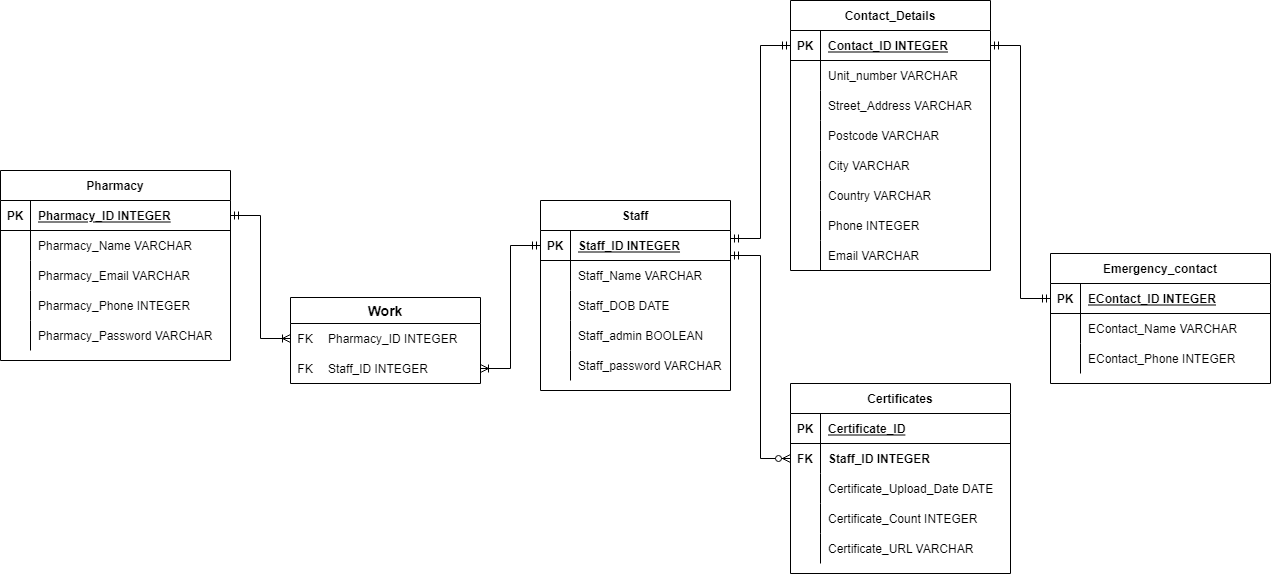
Above: docs/T3A3_ERD.png in alam1704/my_app (draw.io), before the change. Source tidied: cells renumbered, new cells last; positions are measured from the earlier drawing's top-left corner, leaving out a move shared by most shapes.
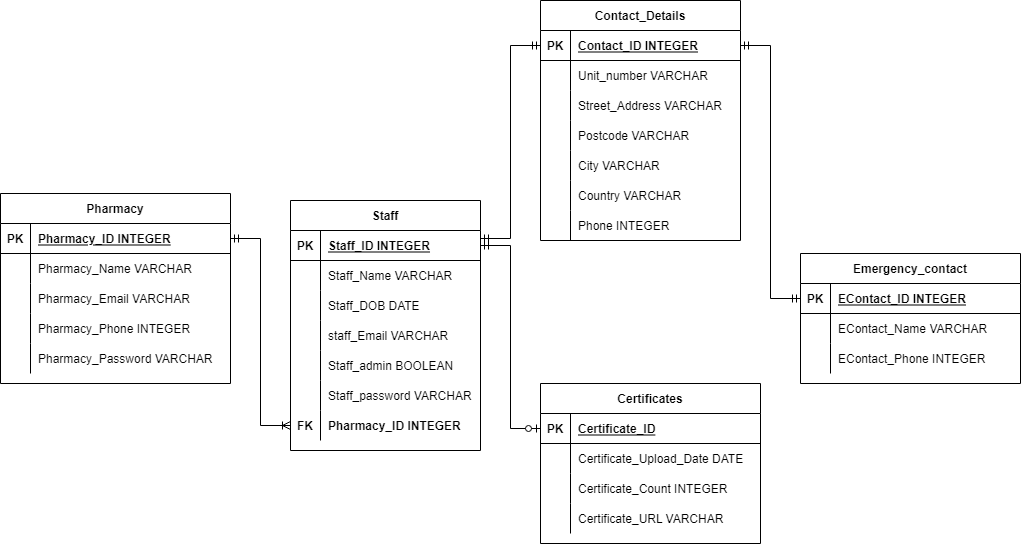
Later version of the same file.

What changed in the source:
```diff
@@ -3,7 +3,7 @@
     <mxCell id="0" />
     <mxCell id="1" parent="0" />
     <mxCell id="2" value="Staff" style="shape=table;startSize=30;rowLines=0;fontStyle=1;align=center;" parent="1" vertex="1">
-      <mxGeometry x="540" y="200" width="190" height="190" as="geometry" />
+      <mxGeometry x="540" y="200" width="190" height="250" as="geometry" />
     </mxCell>
     <mxCell id="3" style="shape=partialRectangle;fillColor=none;top=0;left=0;bottom=1;right=0;points=[[0,0.5],[1,0.5]];portConstraint=eastwest;" parent="2" vertex="1">
       <mxGeometry y="30" width="190" height="30" as="geometry" />
@@ -32,8 +32,17 @@
     <mxCell id="11" value="Staff_DOB DATE" style="shape=partialRectangle;fillColor=none;top=0;left=0;bottom=0;right=0;align=left;spacingLeft=6;overflow=hidden;" parent="9" vertex="1">
       <mxGeometry x="30" width="160" height="30" as="geometry" />
     </mxCell>
+    <mxCell id="40" style="shape=partialRectangle;fillColor=none;top=0;left=0;bottom=0;right=0;" parent="2" vertex="1">
+      <mxGeometry y="120" width="190" height="30" as="geometry" />
+    </mxCell>
+    <mxCell id="41" style="shape=partialRectangle;fillColor=none;top=0;left=0;bottom=0;right=0;overflow=hidden;" parent="40" vertex="1">
+      <mxGeometry width="30" height="30" as="geometry" />
+    </mxCell>
+    <mxCell id="42" value="staff_Email VARCHAR" style="shape=partialRectangle;fillColor=none;top=0;left=0;bottom=0;right=0;align=left;spacingLeft=6;overflow=hidden;" parent="40" vertex="1">
+      <mxGeometry x="30" width="160" height="30" as="geometry" />
+    </mxCell>
     <mxCell id="12" style="shape=partialRectangle;fillColor=none;top=0;left=0;bottom=0;right=0;" parent="2" vertex="1">
-      <mxGeometry y="120" width="190" height="30" as="geometry" />
+      <mxGeometry y="150" width="190" height="30" as="geometry" />
     </mxCell>
     <mxCell id="13" style="shape=partialRectangle;fillColor=none;top=0;left=0;bottom=0;right=0;overflow=hidden;" parent="12" vertex="1">
       <mxGeometry width="30" height="30" as="geometry" />
@@ -42,7 +51,7 @@
       <mxGeometry x="30" width="160" height="30" as="geometry" />
     </mxCell>
     <mxCell id="15" style="shape=partialRectangle;fillColor=none;top=0;left=0;bottom=0;right=0;" parent="2" vertex="1">
-      <mxGeometry y="150" width="190" height="30" as="geometry" />
+      <mxGeometry y="180" width="190" height="30" as="geometry" />
     </mxCell>
     <mxCell id="16" style="shape=partialRectangle;fillColor=none;top=0;left=0;bottom=0;right=0;overflow=hidden;" parent="15" vertex="1">
       <mxGeometry width="30" height="30" as="geometry" />
@@ -50,8 +59,17 @@
     <mxCell id="17" value="Staff_password VARCHAR" style="shape=partialRectangle;fillColor=none;top=0;left=0;bottom=0;right=0;align=left;spacingLeft=6;overflow=hidden;" parent="15" vertex="1">
       <mxGeometry x="30" width="160" height="30" as="geometry" />
     </mxCell>
+    <mxCell id="98" style="shape=partialRectangle;fillColor=none;top=0;left=0;bottom=0;right=0;points=[[0,0.5],[1,0.5]];portConstraint=eastwest;" parent="2" vertex="1">
+      <mxGeometry y="210" width="190" height="30" as="geometry" />
+    </mxCell>
+    <mxCell id="74" value="FK" style="shape=partialRectangle;fillColor=none;top=0;left=0;bottom=0;right=0;fontStyle=1;overflow=hidden;" parent="98" vertex="1">
+      <mxGeometry width="30" height="30" as="geometry" />
+    </mxCell>
+    <mxCell id="90" value="Pharmacy_ID INTEGER" style="shape=partialRectangle;fillColor=none;top=0;left=0;bottom=0;right=0;align=left;spacingLeft=6;fontStyle=1;overflow=hidden;" parent="98" vertex="1">
+      <mxGeometry x="30" width="160" height="30" as="geometry" />
+    </mxCell>
     <mxCell id="18" value="Contact_Details" style="shape=table;startSize=30;rowLines=0;fontStyle=1;align=center;" parent="1" vertex="1">
-      <mxGeometry x="790" width="200" height="270" as="geometry" />
+      <mxGeometry x="790" width="200" height="240" as="geometry" />
     </mxCell>
     <mxCell id="19" style="shape=partialRectangle;fillColor=none;top=0;left=0;bottom=1;right=0;points=[[0,0.5],[1,0.5]];portConstraint=eastwest;" parent="18" vertex="1">
       <mxGeometry y="30" width="200" height="30" as="geometry" />
@@ -116,15 +134,6 @@
     <mxCell id="39" value="Phone INTEGER" style="shape=partialRectangle;fillColor=none;top=0;left=0;bottom=0;right=0;align=left;spacingLeft=6;overflow=hidden;" parent="37" vertex="1">
       <mxGeometry x="30" width="170" height="30" as="geometry" />
     </mxCell>
-    <mxCell id="40" style="shape=partialRectangle;fillColor=none;top=0;left=0;bottom=0;right=0;" parent="18" vertex="1">
-      <mxGeometry y="240" width="200" height="30" as="geometry" />
-    </mxCell>
-    <mxCell id="41" style="shape=partialRectangle;fillColor=none;top=0;left=0;bottom=0;right=0;overflow=hidden;" parent="40" vertex="1">
-      <mxGeometry width="30" height="30" as="geometry" />
-    </mxCell>
-    <mxCell id="42" value="Email VARCHAR" style="shape=partialRectangle;fillColor=none;top=0;left=0;bottom=0;right=0;align=left;spacingLeft=6;overflow=hidden;" parent="40" vertex="1">
-      <mxGeometry x="30" width="170" height="30" as="geometry" />
-    </mxCell>
     <mxCell id="43" value="Emergency_contact" style="shape=table;startSize=30;rowLines=0;fontStyle=1;align=center;" parent="1" vertex="1">
       <mxGeometry x="1050" y="253" width="220" height="130" as="geometry" />
     </mxCell>
@@ -156,7 +165,7 @@
       <mxGeometry x="30" width="190" height="30" as="geometry" />
     </mxCell>
     <mxCell id="53" value="Pharmacy" style="shape=table;startSize=30;rowLines=0;fontStyle=1;align=center;" parent="1" vertex="1">
-      <mxGeometry y="170" width="230" height="190" as="geometry" />
+      <mxGeometry x="250" y="193" width="230" height="190" as="geometry" />
     </mxCell>
     <mxCell id="54" style="shape=partialRectangle;fillColor=none;top=0;left=0;bottom=1;right=0;points=[[0,0.5],[1,0.5]];portConstraint=eastwest;" parent="53" vertex="1">
       <mxGeometry y="30" width="230" height="30" as="geometry" />
@@ -204,7 +213,7 @@
       <mxGeometry x="30" width="200" height="30" as="geometry" />
     </mxCell>
     <mxCell id="69" value="Certificates" style="shape=table;startSize=30;rowLines=0;fontStyle=1;align=center;" parent="1" vertex="1">
-      <mxGeometry x="790" y="383" width="220" height="190" as="geometry" />
+      <mxGeometry x="790" y="383" width="220" height="160" as="geometry" />
     </mxCell>
     <mxCell id="70" style="shape=partialRectangle;fillColor=none;top=0;left=0;bottom=1;right=0;points=[[0,0.5],[1,0.5]];portConstraint=eastwest;" parent="69" vertex="1">
       <mxGeometry y="30" width="220" height="30" as="geometry" />
@@ -215,17 +224,8 @@
     <mxCell id="72" value="Certificate_ID" style="shape=partialRectangle;fillColor=none;top=0;left=0;bottom=0;right=0;align=left;spacingLeft=6;fontStyle=5;overflow=hidden;" parent="70" vertex="1">
       <mxGeometry x="30" width="190" height="30" as="geometry" />
     </mxCell>
-    <mxCell id="73" style="shape=partialRectangle;fillColor=none;top=0;left=0;bottom=0;right=0;points=[[0,0.5],[1,0.5]];portConstraint=eastwest;" parent="69" vertex="1">
-      <mxGeometry y="60" width="220" height="30" as="geometry" />
-    </mxCell>
-    <mxCell id="74" value="FK" style="shape=partialRectangle;fillColor=none;top=0;left=0;bottom=0;right=0;fontStyle=1;overflow=hidden;" parent="73" vertex="1">
-      <mxGeometry width="30" height="30" as="geometry" />
-    </mxCell>
-    <mxCell id="75" value="Staff_ID INTEGER" style="shape=partialRectangle;fillColor=none;top=0;left=0;bottom=0;right=0;align=left;spacingLeft=6;fontStyle=1;overflow=hidden;" parent="73" vertex="1">
-      <mxGeometry x="30" width="190" height="30" as="geometry" />
-    </mxCell>
     <mxCell id="76" style="shape=partialRectangle;fillColor=none;top=0;left=0;bottom=0;right=0;" parent="69" vertex="1">
-      <mxGeometry y="90" width="220" height="30" as="geometry" />
+      <mxGeometry y="60" width="220" height="30" as="geometry" />
     </mxCell>
     <mxCell id="77" style="shape=partialRectangle;fillColor=none;top=0;left=0;bottom=0;right=0;overflow=hidden;" parent="76" vertex="1">
       <mxGeometry width="30" height="30" as="geometry" />
@@ -234,7 +234,7 @@
       <mxGeometry x="30" width="190" height="30" as="geometry" />
     </mxCell>
     <mxCell id="79" style="shape=partialRectangle;fillColor=none;top=0;left=0;bottom=0;right=0;" parent="69" vertex="1">
-      <mxGeometry y="120" width="220" height="30" as="geometry" />
+      <mxGeometry y="90" width="220" height="30" as="geometry" />
     </mxCell>
     <mxCell id="80" style="shape=partialRectangle;fillColor=none;top=0;left=0;bottom=0;right=0;overflow=hidden;" parent="79" vertex="1">
       <mxGeometry width="30" height="30" as="geometry" />
@@ -243,7 +243,7 @@
       <mxGeometry x="30" width="190" height="30" as="geometry" />
     </mxCell>
     <mxCell id="82" style="shape=partialRectangle;fillColor=none;top=0;left=0;bottom=0;right=0;" parent="69" vertex="1">
-      <mxGeometry y="150" width="220" height="30" as="geometry" />
+      <mxGeometry y="120" width="220" height="30" as="geometry" />
     </mxCell>
     <mxCell id="83" style="shape=partialRectangle;fillColor=none;top=0;left=0;bottom=0;right=0;overflow=hidden;" parent="82" vertex="1">
       <mxGeometry width="30" height="30" as="geometry" />
@@ -256,43 +256,14 @@
         <mxPoint x="730" y="238" as="sourcePoint" />
       </mxGeometry>
     </mxCell>
-    <mxCell id="86" value="Work" style="swimlane;fontStyle=1;horizontal=1;startSize=26;align=center;fontSize=14;" parent="1" vertex="1">
-      <mxGeometry x="290" y="297" width="190" height="86" as="geometry" />
-    </mxCell>
-    <mxCell id="87" style="shape=table;startSize=0;rowLines=0;fontStyle=0;align=center;strokeColor=none;fillColor=none;" parent="86" vertex="1">
-      <mxGeometry y="26" width="190" height="60" as="geometry" />
-    </mxCell>
-    <mxCell id="88" style="shape=partialRectangle;fillColor=none;top=0;left=0;bottom=0;right=0;points=[[0,0.5],[1,0.5]];portConstraint=eastwest;" parent="87" vertex="1">
-      <mxGeometry width="190" height="30" as="geometry" />
-    </mxCell>
-    <mxCell id="89" value="FK" style="shape=partialRectangle;fillColor=none;top=0;left=0;bottom=0;right=0;fontStyle=0;overflow=hidden;" parent="88" vertex="1">
-      <mxGeometry width="30" height="30" as="geometry" />
-    </mxCell>
-    <mxCell id="90" value="Pharmacy_ID INTEGER" style="shape=partialRectangle;fillColor=none;top=0;left=0;bottom=0;right=0;align=left;spacingLeft=6;fontStyle=0;overflow=hidden;" parent="88" vertex="1">
-      <mxGeometry x="30" width="160" height="30" as="geometry" />
-    </mxCell>
-    <mxCell id="91" style="shape=partialRectangle;fillColor=none;top=0;left=0;bottom=0;right=0;points=[[0,0.5],[1,0.5]];portConstraint=eastwest;" parent="87" vertex="1">
-      <mxGeometry y="30" width="190" height="30" as="geometry" />
-    </mxCell>
-    <mxCell id="92" value="FK" style="shape=partialRectangle;fillColor=none;top=0;left=0;bottom=0;right=0;fontStyle=0;overflow=hidden;" parent="91" vertex="1">
-      <mxGeometry width="30" height="30" as="geometry" />
-    </mxCell>
-    <mxCell id="93" value="Staff_ID INTEGER" style="shape=partialRectangle;fillColor=none;top=0;left=0;bottom=0;right=0;align=left;spacingLeft=6;fontStyle=0;overflow=hidden;" parent="91" vertex="1">
-      <mxGeometry x="30" width="160" height="30" as="geometry" />
-    </mxCell>
     <mxCell id="94" style="edgeStyle=entityRelationEdgeStyle;fontSize=12;html=1;endArrow=ERmandOne;startArrow=ERmandOne;rounded=0;entryX=0;entryY=0.5;entryDx=0;entryDy=0;exitX=1;exitY=0.5;exitDx=0;exitDy=0;" parent="1" edge="1" source="19" target="44">
       <mxGeometry relative="1" as="geometry" />
     </mxCell>
-    <mxCell id="95" style="edgeStyle=entityRelationEdgeStyle;fontSize=12;html=1;endArrow=ERzeroToMany;startArrow=ERmandOne;rounded=0;entryX=0;entryY=0.5;entryDx=0;entryDy=0;" parent="1" edge="1" target="73">
-      <mxGeometry relative="1" as="geometry">
-        <mxPoint x="730" y="255" as="sourcePoint" />
-      </mxGeometry>
-    </mxCell>
-    <mxCell id="96" style="edgeStyle=entityRelationEdgeStyle;fontSize=12;html=1;endArrow=ERoneToMany;startArrow=ERmandOne;rounded=0;entryX=1;entryY=0.5;entryDx=0;entryDy=0;exitX=0;exitY=0.5;exitDx=0;exitDy=0;" parent="1" edge="1" source="3" target="91">
-      <mxGeometry relative="1" as="geometry" />
-    </mxCell>
-    <mxCell id="97" style="edgeStyle=entityRelationEdgeStyle;fontSize=12;html=1;endArrow=ERoneToMany;startArrow=ERmandOne;rounded=0;entryX=0;entryY=0.5;entryDx=0;entryDy=0;exitX=1;exitY=0.5;exitDx=0;exitDy=0;" parent="1" edge="1" source="54" target="88">
+    <mxCell id="97" style="edgeStyle=entityRelationEdgeStyle;fontSize=12;html=1;endArrow=ERoneToMany;startArrow=ERmandOne;rounded=0;entryX=0;entryY=0.5;entryDx=0;entryDy=0;exitX=1;exitY=0.5;exitDx=0;exitDy=0;" parent="1" edge="1" source="54" target="98">
       <mxGeometry relative="1" as="geometry" />
     </mxCell>
+    <mxCell id="99" style="edgeStyle=entityRelationEdgeStyle;fontSize=12;html=1;endArrow=ERzeroToOne;startArrow=ERmandOne;rounded=0;entryX=0;entryY=0.5;entryDx=0;entryDy=0;exitX=1;exitY=0.5;exitDx=0;exitDy=0;" parent="1" edge="1" source="3" target="70">
+      <mxGeometry relative="1" as="geometry" />
+    </mxCell>
   </root>
 </mxGraphModel>
```
